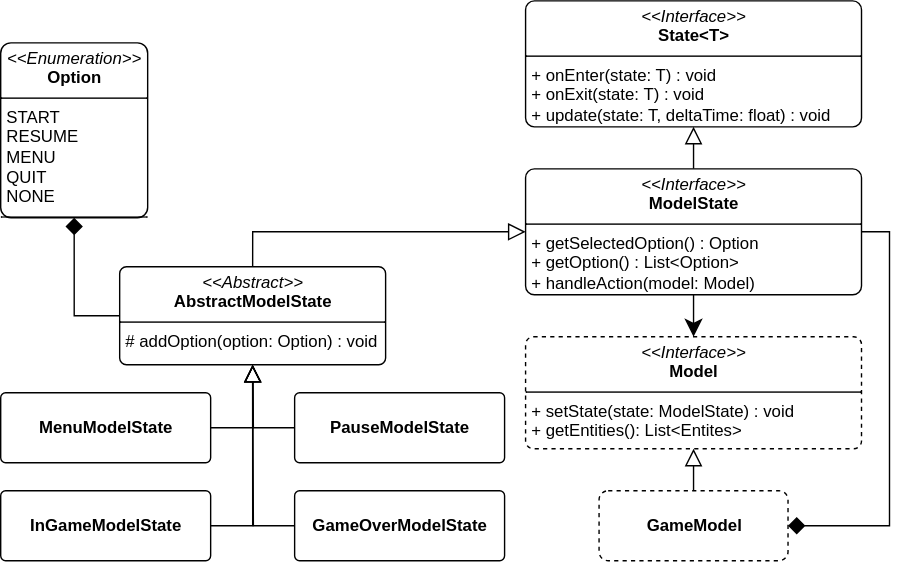
The draw.io diagram report/svg/ModelState.svg in unibo-oop-projects/OOP24-AlessandroRebosio-FilippoRicciotti-Grace-GraziaBochdanovits-RenovateBot-coffeBreak, before a commit. Source tidied: cells renumbered, new cells last; positions are measured from the earlier drawing's top-left corner, leaving out a move shared by most shapes. Its diagram source:
```xml
<mxGraphModel>
  <root>
    <mxCell id="0" />
    <mxCell id="1" parent="0" />
    <mxCell id="2" value="&lt;p style=&quot;margin:0px;margin-top:4px;text-align:center;&quot;&gt;&lt;i&gt;&amp;lt;&amp;lt;Interface&amp;gt;&amp;gt;&lt;/i&gt;&lt;br&gt;&lt;b&gt;State&amp;lt;T&amp;gt;&lt;/b&gt;&lt;/p&gt;&lt;hr size=&quot;1&quot; style=&quot;border-style:solid;&quot;&gt;&lt;p style=&quot;margin:0px;margin-left:4px;&quot;&gt;+ onEnter(state: T) : void&lt;/p&gt;&lt;p style=&quot;margin:0px;margin-left:4px;&quot;&gt;+ onExit(state: T) : void&lt;/p&gt;&lt;p style=&quot;margin:0px;margin-left:4px;&quot;&gt;+ update(state: T, deltaTime: float) : void&lt;/p&gt;" style="verticalAlign=top;align=left;overflow=fill;html=1;whiteSpace=wrap;rounded=1;arcSize=7;" parent="1" vertex="1">
      <mxGeometry x="375" width="240" height="90" as="geometry" />
    </mxCell>
    <mxCell id="3" style="edgeStyle=orthogonalEdgeStyle;rounded=0;jettySize=auto;html=1;exitX=0.5;exitY=0;exitDx=0;exitDy=0;entryX=0.5;entryY=1;entryDx=0;entryDy=0;endArrow=block;endFill=0;endSize=10;" parent="1" edge="1" source="6" target="2">
      <mxGeometry relative="1" as="geometry" />
    </mxCell>
    <mxCell id="4" style="edgeStyle=orthogonalEdgeStyle;rounded=0;jettySize=auto;html=1;exitX=0.5;exitY=1;exitDx=0;exitDy=0;entryX=0.5;entryY=0;entryDx=0;entryDy=0;endSize=10;" parent="1" edge="1" source="6" target="7">
      <mxGeometry relative="1" as="geometry" />
    </mxCell>
    <mxCell id="5" style="edgeStyle=orthogonalEdgeStyle;rounded=0;jettySize=auto;html=1;exitX=1;exitY=0.5;exitDx=0;exitDy=0;entryX=1;entryY=0.5;entryDx=0;entryDy=0;endSize=10;endArrow=diamond;endFill=1;" parent="1" edge="1" source="6" target="9">
      <mxGeometry relative="1" as="geometry" />
    </mxCell>
    <mxCell id="6" value="&lt;p style=&quot;margin:0px;margin-top:4px;text-align:center;&quot;&gt;&lt;i&gt;&amp;lt;&amp;lt;Interface&amp;gt;&amp;gt;&lt;/i&gt;&lt;br&gt;&lt;b&gt;ModelState&lt;/b&gt;&lt;/p&gt;&lt;hr size=&quot;1&quot; style=&quot;border-style:solid;&quot;&gt;&lt;p style=&quot;margin:0px;margin-left:4px;&quot;&gt;+ getSelectedOption() : Option&lt;/p&gt;&lt;p style=&quot;margin:0px;margin-left:4px;&quot;&gt;+ getOption() : List&amp;lt;Option&amp;gt;&lt;/p&gt;&lt;p style=&quot;margin:0px;margin-left:4px;&quot;&gt;+ handleAction(model: Model)&lt;/p&gt;" style="verticalAlign=top;align=left;overflow=fill;html=1;whiteSpace=wrap;rounded=1;arcSize=7;" parent="1" vertex="1">
      <mxGeometry x="375" y="120" width="240" height="90" as="geometry" />
    </mxCell>
    <mxCell id="7" value="&lt;p style=&quot;margin:0px;margin-top:4px;text-align:center;&quot;&gt;&lt;i&gt;&amp;lt;&amp;lt;Interface&amp;gt;&amp;gt;&lt;/i&gt;&lt;br&gt;&lt;b&gt;Model&lt;/b&gt;&lt;/p&gt;&lt;hr size=&quot;1&quot; style=&quot;border-style:solid;&quot;&gt;&lt;p style=&quot;margin:0px;margin-left:4px;&quot;&gt;+ setState(state: ModelState) : void&lt;/p&gt;&lt;p style=&quot;margin:0px;margin-left:4px;&quot;&gt;+ getEntities(): List&amp;lt;Entites&amp;gt;&lt;/p&gt;" style="verticalAlign=top;align=left;overflow=fill;html=1;whiteSpace=wrap;rounded=1;arcSize=7;dashed=1;" parent="1" vertex="1">
      <mxGeometry x="375" y="240" width="240" height="80" as="geometry" />
    </mxCell>
    <mxCell id="8" style="edgeStyle=orthogonalEdgeStyle;rounded=0;jettySize=auto;html=1;exitX=0.5;exitY=0;exitDx=0;exitDy=0;entryX=0.5;entryY=1;entryDx=0;entryDy=0;endArrow=block;endFill=0;endSize=10;" parent="1" edge="1" source="9" target="7">
      <mxGeometry relative="1" as="geometry" />
    </mxCell>
    <mxCell id="9" value="&lt;p style=&quot;margin:0px;margin-top:4px;text-align:center;&quot;&gt;&lt;br&gt;&lt;b&gt;GameModel&lt;/b&gt;&lt;/p&gt;&lt;p style=&quot;margin:0px;margin-top:4px;text-align:center;&quot;&gt;&lt;b&gt;&lt;br&gt;&lt;/b&gt;&lt;/p&gt;" style="verticalAlign=top;align=left;overflow=fill;html=1;whiteSpace=wrap;rounded=1;arcSize=13;dashed=1;" parent="1" vertex="1">
      <mxGeometry x="427.5" y="350" width="135" height="50" as="geometry" />
    </mxCell>
    <mxCell id="10" style="edgeStyle=orthogonalEdgeStyle;rounded=0;jettySize=auto;html=1;exitX=0.5;exitY=0;exitDx=0;exitDy=0;entryX=0;entryY=0.5;entryDx=0;entryDy=0;endSize=10;endArrow=block;endFill=0;" parent="1" edge="1" source="12" target="6">
      <mxGeometry relative="1" as="geometry" />
    </mxCell>
    <mxCell id="11" style="edgeStyle=orthogonalEdgeStyle;rounded=0;jettySize=auto;html=1;exitX=0;exitY=0.5;exitDx=0;exitDy=0;entryX=0.5;entryY=1;entryDx=0;entryDy=0;endArrow=diamond;endFill=1;endSize=10;" parent="1" edge="1" source="12" target="21">
      <mxGeometry relative="1" as="geometry" />
    </mxCell>
    <mxCell id="12" value="&lt;p style=&quot;margin:0px;margin-top:4px;text-align:center;&quot;&gt;&lt;i&gt;&amp;lt;&amp;lt;Abstract&amp;gt;&amp;gt;&lt;/i&gt;&lt;br&gt;&lt;b&gt;AbstractModelState&lt;/b&gt;&lt;/p&gt;&lt;hr size=&quot;1&quot; style=&quot;border-style:solid;&quot;&gt;&lt;p style=&quot;margin:0px;margin-left:4px;&quot;&gt;# addOption(option: Option) : void&lt;/p&gt;" style="verticalAlign=top;align=left;overflow=fill;html=1;whiteSpace=wrap;rounded=1;arcSize=7;" parent="1" vertex="1">
      <mxGeometry x="85" y="190" width="190" height="70" as="geometry" />
    </mxCell>
    <mxCell id="13" style="edgeStyle=orthogonalEdgeStyle;rounded=0;jettySize=auto;html=1;exitX=1;exitY=0.5;exitDx=0;exitDy=0;entryX=0.5;entryY=1;entryDx=0;entryDy=0;endSize=10;endArrow=block;endFill=0;" parent="1" edge="1" source="14" target="12">
      <mxGeometry relative="1" as="geometry" />
    </mxCell>
    <mxCell id="14" value="&lt;p style=&quot;margin:0px;margin-top:4px;text-align:center;&quot;&gt;&lt;br&gt;&lt;b&gt;MenuModelState&lt;/b&gt;&lt;/p&gt;" style="verticalAlign=top;align=left;overflow=fill;html=1;whiteSpace=wrap;rounded=1;arcSize=7;" parent="1" vertex="1">
      <mxGeometry y="280" width="150" height="50" as="geometry" />
    </mxCell>
    <mxCell id="15" style="edgeStyle=orthogonalEdgeStyle;rounded=0;jettySize=auto;html=1;exitX=1;exitY=0.5;exitDx=0;exitDy=0;entryX=0.5;entryY=1;entryDx=0;entryDy=0;endSize=10;endArrow=block;endFill=0;" parent="1" edge="1" source="16" target="12">
      <mxGeometry relative="1" as="geometry" />
    </mxCell>
    <mxCell id="16" value="&lt;p style=&quot;margin:0px;margin-top:4px;text-align:center;&quot;&gt;&lt;br&gt;&lt;b&gt;InGameModelState&lt;/b&gt;&lt;/p&gt;" style="verticalAlign=top;align=left;overflow=fill;html=1;whiteSpace=wrap;rounded=1;arcSize=7;" parent="1" vertex="1">
      <mxGeometry y="350" width="150" height="50" as="geometry" />
    </mxCell>
    <mxCell id="17" style="edgeStyle=orthogonalEdgeStyle;rounded=0;jettySize=auto;html=1;exitX=0;exitY=0.5;exitDx=0;exitDy=0;endSize=10;endArrow=block;endFill=0;" parent="1" edge="1" source="18">
      <mxGeometry relative="1" as="geometry">
        <mxPoint x="180" y="260" as="targetPoint" />
      </mxGeometry>
    </mxCell>
    <mxCell id="18" value="&lt;p style=&quot;margin:0px;margin-top:4px;text-align:center;&quot;&gt;&lt;br&gt;&lt;b&gt;PauseModelState&lt;/b&gt;&lt;/p&gt;" style="verticalAlign=top;align=left;overflow=fill;html=1;whiteSpace=wrap;rounded=1;arcSize=7;" parent="1" vertex="1">
      <mxGeometry x="210" y="280" width="150" height="50" as="geometry" />
    </mxCell>
    <mxCell id="19" style="edgeStyle=orthogonalEdgeStyle;rounded=0;jettySize=auto;html=1;exitX=0;exitY=0.5;exitDx=0;exitDy=0;endSize=10;endArrow=block;endFill=0;" parent="1" edge="1" source="20">
      <mxGeometry relative="1" as="geometry">
        <mxPoint x="180" y="260" as="targetPoint" />
      </mxGeometry>
    </mxCell>
    <mxCell id="20" value="&lt;p style=&quot;margin:0px;margin-top:4px;text-align:center;&quot;&gt;&lt;br&gt;&lt;b&gt;GameOverModelState&lt;/b&gt;&lt;/p&gt;" style="verticalAlign=top;align=left;overflow=fill;html=1;whiteSpace=wrap;rounded=1;arcSize=7;" parent="1" vertex="1">
      <mxGeometry x="210" y="350" width="150" height="50" as="geometry" />
    </mxCell>
    <mxCell id="21" value="&lt;p style=&quot;margin:0px;margin-top:4px;text-align:center;&quot;&gt;&lt;i&gt;&amp;lt;&amp;lt;Enumeration&amp;gt;&amp;gt;&lt;/i&gt;&lt;br&gt;&lt;b&gt;Option&lt;/b&gt;&lt;/p&gt;&lt;hr size=&quot;1&quot; style=&quot;border-style:solid;&quot;&gt;&lt;p style=&quot;margin:0px;margin-left:4px;&quot;&gt;START&lt;/p&gt;&lt;p style=&quot;margin:0px;margin-left:4px;&quot;&gt;RESUME&lt;/p&gt;&lt;p style=&quot;margin:0px;margin-left:4px;&quot;&gt;MENU&lt;/p&gt;&lt;p style=&quot;margin:0px;margin-left:4px;&quot;&gt;QUIT&lt;/p&gt;&lt;p style=&quot;margin:0px;margin-left:4px;&quot;&gt;NONE&lt;/p&gt;&lt;hr size=&quot;1&quot; style=&quot;border-style:solid;&quot;&gt;&lt;p style=&quot;margin:0px;margin-left:4px;&quot;&gt;&lt;br&gt;&lt;/p&gt;" style="verticalAlign=top;align=left;overflow=fill;html=1;whiteSpace=wrap;rounded=1;arcSize=7;" parent="1" vertex="1">
      <mxGeometry y="30" width="105" height="125" as="geometry" />
    </mxCell>
  </root>
</mxGraphModel>
```
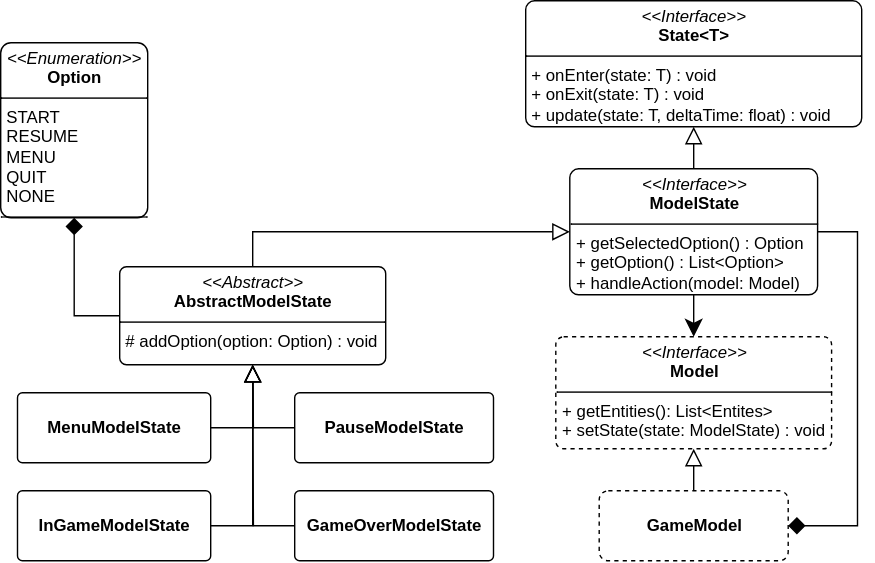
Above is the later version.

What changed in the source:
```diff
@@ -12,13 +12,18 @@
       <mxGeometry relative="1" as="geometry" />
     </mxCell>
     <mxCell id="5" style="edgeStyle=orthogonalEdgeStyle;rounded=0;jettySize=auto;html=1;exitX=1;exitY=0.5;exitDx=0;exitDy=0;entryX=1;entryY=0.5;entryDx=0;entryDy=0;endSize=10;endArrow=diamond;endFill=1;" parent="1" edge="1" source="6" target="9">
-      <mxGeometry relative="1" as="geometry" />
+      <mxGeometry relative="1" as="geometry">
+        <Array as="points">
+          <mxPoint x="612" y="165" />
+          <mxPoint x="612" y="375" />
+        </Array>
+      </mxGeometry>
     </mxCell>
     <mxCell id="6" value="&lt;p style=&quot;margin:0px;margin-top:4px;text-align:center;&quot;&gt;&lt;i&gt;&amp;lt;&amp;lt;Interface&amp;gt;&amp;gt;&lt;/i&gt;&lt;br&gt;&lt;b&gt;ModelState&lt;/b&gt;&lt;/p&gt;&lt;hr size=&quot;1&quot; style=&quot;border-style:solid;&quot;&gt;&lt;p style=&quot;margin:0px;margin-left:4px;&quot;&gt;+ getSelectedOption() : Option&lt;/p&gt;&lt;p style=&quot;margin:0px;margin-left:4px;&quot;&gt;+ getOption() : List&amp;lt;Option&amp;gt;&lt;/p&gt;&lt;p style=&quot;margin:0px;margin-left:4px;&quot;&gt;+ handleAction(model: Model)&lt;/p&gt;" style="verticalAlign=top;align=left;overflow=fill;html=1;whiteSpace=wrap;rounded=1;arcSize=7;" parent="1" vertex="1">
-      <mxGeometry x="375" y="120" width="240" height="90" as="geometry" />
+      <mxGeometry x="406.5" y="120" width="177" height="90" as="geometry" />
     </mxCell>
-    <mxCell id="7" value="&lt;p style=&quot;margin:0px;margin-top:4px;text-align:center;&quot;&gt;&lt;i&gt;&amp;lt;&amp;lt;Interface&amp;gt;&amp;gt;&lt;/i&gt;&lt;br&gt;&lt;b&gt;Model&lt;/b&gt;&lt;/p&gt;&lt;hr size=&quot;1&quot; style=&quot;border-style:solid;&quot;&gt;&lt;p style=&quot;margin:0px;margin-left:4px;&quot;&gt;+ setState(state: ModelState) : void&lt;/p&gt;&lt;p style=&quot;margin:0px;margin-left:4px;&quot;&gt;+ getEntities(): List&amp;lt;Entites&amp;gt;&lt;/p&gt;" style="verticalAlign=top;align=left;overflow=fill;html=1;whiteSpace=wrap;rounded=1;arcSize=7;dashed=1;" parent="1" vertex="1">
-      <mxGeometry x="375" y="240" width="240" height="80" as="geometry" />
+    <mxCell id="7" value="&lt;p style=&quot;margin:0px;margin-top:4px;text-align:center;&quot;&gt;&lt;i&gt;&amp;lt;&amp;lt;Interface&amp;gt;&amp;gt;&lt;/i&gt;&lt;br&gt;&lt;b&gt;Model&lt;/b&gt;&lt;/p&gt;&lt;hr size=&quot;1&quot; style=&quot;border-style:solid;&quot;&gt;&lt;p style=&quot;margin:0px;margin-left:4px;&quot;&gt;+ getEntities(): List&amp;lt;Entites&amp;gt;&lt;br&gt;&lt;/p&gt;&lt;p style=&quot;margin:0px;margin-left:4px;&quot;&gt;+ setState(state: ModelState) : void&lt;/p&gt;" style="verticalAlign=top;align=left;overflow=fill;html=1;whiteSpace=wrap;rounded=1;arcSize=7;dashed=1;" parent="1" vertex="1">
+      <mxGeometry x="396.5" y="240" width="197" height="80" as="geometry" />
     </mxCell>
     <mxCell id="8" style="edgeStyle=orthogonalEdgeStyle;rounded=0;jettySize=auto;html=1;exitX=0.5;exitY=0;exitDx=0;exitDy=0;entryX=0.5;entryY=1;entryDx=0;entryDy=0;endArrow=block;endFill=0;endSize=10;" parent="1" edge="1" source="9" target="7">
       <mxGeometry relative="1" as="geometry" />
@@ -39,13 +44,13 @@
       <mxGeometry relative="1" as="geometry" />
     </mxCell>
     <mxCell id="14" value="&lt;p style=&quot;margin:0px;margin-top:4px;text-align:center;&quot;&gt;&lt;br&gt;&lt;b&gt;MenuModelState&lt;/b&gt;&lt;/p&gt;" style="verticalAlign=top;align=left;overflow=fill;html=1;whiteSpace=wrap;rounded=1;arcSize=7;" parent="1" vertex="1">
-      <mxGeometry y="280" width="150" height="50" as="geometry" />
+      <mxGeometry x="12" y="280" width="138" height="50" as="geometry" />
     </mxCell>
     <mxCell id="15" style="edgeStyle=orthogonalEdgeStyle;rounded=0;jettySize=auto;html=1;exitX=1;exitY=0.5;exitDx=0;exitDy=0;entryX=0.5;entryY=1;entryDx=0;entryDy=0;endSize=10;endArrow=block;endFill=0;" parent="1" edge="1" source="16" target="12">
       <mxGeometry relative="1" as="geometry" />
     </mxCell>
     <mxCell id="16" value="&lt;p style=&quot;margin:0px;margin-top:4px;text-align:center;&quot;&gt;&lt;br&gt;&lt;b&gt;InGameModelState&lt;/b&gt;&lt;/p&gt;" style="verticalAlign=top;align=left;overflow=fill;html=1;whiteSpace=wrap;rounded=1;arcSize=7;" parent="1" vertex="1">
-      <mxGeometry y="350" width="150" height="50" as="geometry" />
+      <mxGeometry x="12" y="350" width="138" height="50" as="geometry" />
     </mxCell>
     <mxCell id="17" style="edgeStyle=orthogonalEdgeStyle;rounded=0;jettySize=auto;html=1;exitX=0;exitY=0.5;exitDx=0;exitDy=0;endSize=10;endArrow=block;endFill=0;" parent="1" edge="1" source="18">
       <mxGeometry relative="1" as="geometry">
@@ -53,7 +58,7 @@
       </mxGeometry>
     </mxCell>
     <mxCell id="18" value="&lt;p style=&quot;margin:0px;margin-top:4px;text-align:center;&quot;&gt;&lt;br&gt;&lt;b&gt;PauseModelState&lt;/b&gt;&lt;/p&gt;" style="verticalAlign=top;align=left;overflow=fill;html=1;whiteSpace=wrap;rounded=1;arcSize=7;" parent="1" vertex="1">
-      <mxGeometry x="210" y="280" width="150" height="50" as="geometry" />
+      <mxGeometry x="210" y="280" width="142" height="50" as="geometry" />
     </mxCell>
     <mxCell id="19" style="edgeStyle=orthogonalEdgeStyle;rounded=0;jettySize=auto;html=1;exitX=0;exitY=0.5;exitDx=0;exitDy=0;endSize=10;endArrow=block;endFill=0;" parent="1" edge="1" source="20">
       <mxGeometry relative="1" as="geometry">
@@ -61,7 +66,7 @@
       </mxGeometry>
     </mxCell>
     <mxCell id="20" value="&lt;p style=&quot;margin:0px;margin-top:4px;text-align:center;&quot;&gt;&lt;br&gt;&lt;b&gt;GameOverModelState&lt;/b&gt;&lt;/p&gt;" style="verticalAlign=top;align=left;overflow=fill;html=1;whiteSpace=wrap;rounded=1;arcSize=7;" parent="1" vertex="1">
-      <mxGeometry x="210" y="350" width="150" height="50" as="geometry" />
+      <mxGeometry x="210" y="350" width="142" height="50" as="geometry" />
     </mxCell>
     <mxCell id="21" value="&lt;p style=&quot;margin:0px;margin-top:4px;text-align:center;&quot;&gt;&lt;i&gt;&amp;lt;&amp;lt;Enumeration&amp;gt;&amp;gt;&lt;/i&gt;&lt;br&gt;&lt;b&gt;Option&lt;/b&gt;&lt;/p&gt;&lt;hr size=&quot;1&quot; style=&quot;border-style:solid;&quot;&gt;&lt;p style=&quot;margin:0px;margin-left:4px;&quot;&gt;START&lt;/p&gt;&lt;p style=&quot;margin:0px;margin-left:4px;&quot;&gt;RESUME&lt;/p&gt;&lt;p style=&quot;margin:0px;margin-left:4px;&quot;&gt;MENU&lt;/p&gt;&lt;p style=&quot;margin:0px;margin-left:4px;&quot;&gt;QUIT&lt;/p&gt;&lt;p style=&quot;margin:0px;margin-left:4px;&quot;&gt;NONE&lt;/p&gt;&lt;hr size=&quot;1&quot; style=&quot;border-style:solid;&quot;&gt;&lt;p style=&quot;margin:0px;margin-left:4px;&quot;&gt;&lt;br&gt;&lt;/p&gt;" style="verticalAlign=top;align=left;overflow=fill;html=1;whiteSpace=wrap;rounded=1;arcSize=7;" parent="1" vertex="1">
       <mxGeometry y="30" width="105" height="125" as="geometry" />
```
